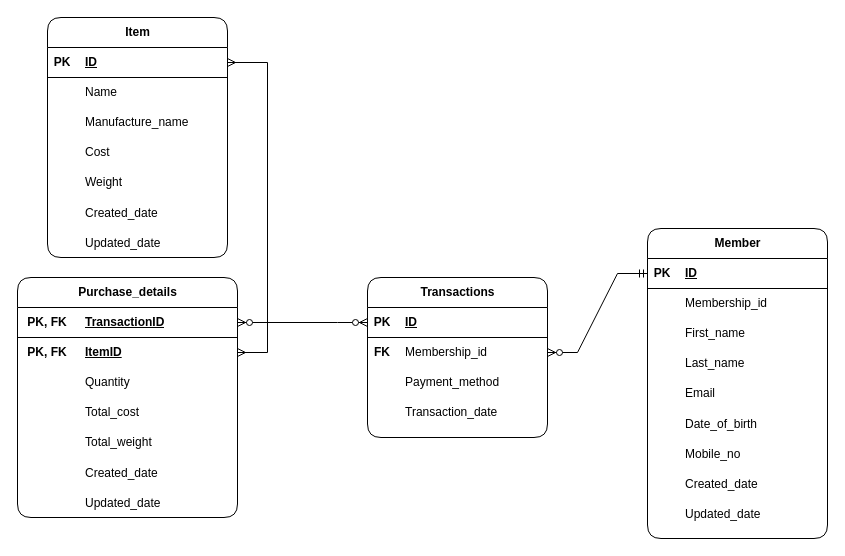
Before: section2/Database_ERD.drawio in KLYC1/DE_tech_challenge, a draw.io diagram. Source tidied: cells renumbered, new cells numbered last; positions are measured from the earlier drawing's top-left corner, leaving out a move shared by most shapes. Both pictures are drawn from the tidied source at 100%, with x=0, y=0 at pixel (17, 17).
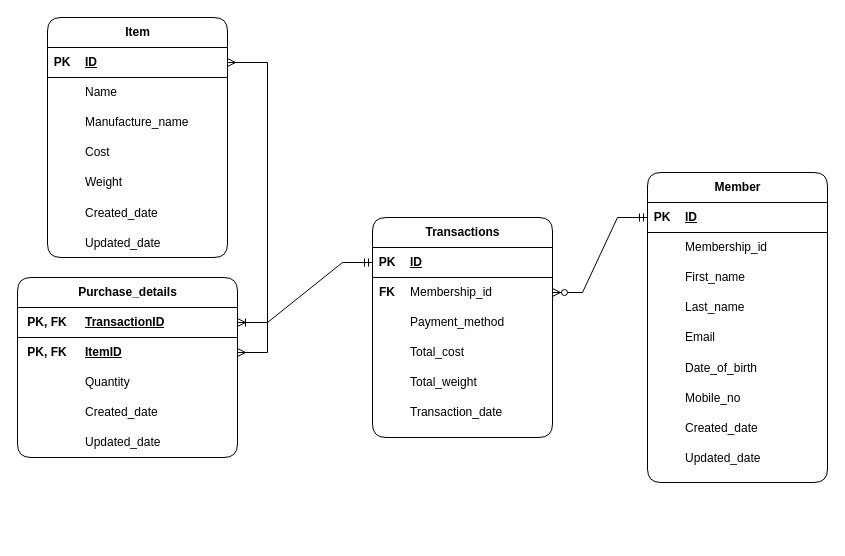
Above is the later version.

Commit message (it also covers changes not shown here):
1 - update ERD diagrams & create_table.sql file for updated schema

The change refers to these unchanged cells:
```xml
<mxCell id="19" style="shape=tableRow;horizontal=0;startSize=0;swimlaneHead=0;swimlaneBody=0;fillColor=none;points=[[0,0.5],[1,0.5]];portConstraint=eastwest;top=0;left=0;right=0;bottom=1;" parent="18" vertex="1">
  <mxGeometry y="30" width="180" height="30" as="geometry" />
</mxCell>
<mxCell id="28" style="shape=tableRow;horizontal=0;startSize=0;swimlaneHead=0;swimlaneBody=0;fillColor=none;top=0;left=0;right=0;bottom=0;" parent="18" vertex="1">
  <mxGeometry y="120" width="180" height="30" as="geometry" />
</mxCell>
<mxCell id="48" style="shape=tableRow;horizontal=0;startSize=0;swimlaneHead=0;swimlaneBody=0;fillColor=none;points=[[0,0.5],[1,0.5]];portConstraint=eastwest;top=0;left=0;right=0;bottom=1;" parent="47" vertex="1">
  <mxGeometry y="30" width="220" height="30" as="geometry" />
</mxCell>
<mxCell id="57" style="shape=tableRow;horizontal=0;startSize=0;swimlaneHead=0;swimlaneBody=0;fillColor=none;top=0;left=0;right=0;bottom=0;" parent="47" vertex="1">
  <mxGeometry y="120" width="220" height="30" as="geometry" />
</mxCell>
```

What changed in the source:
```diff
@@
     <mxCell id="18" value="Transactions" style="shape=table;startSize=30;childLayout=tableLayout;rowLines=0;fontStyle=1;align=center;html=1;columnLines=0;swimlaneLine=1;rounded=1;strokeColor=default;shadow=0;" parent="1" vertex="1">
-      <mxGeometry x="350" y="260" width="180" height="160" as="geometry" />
+      <mxGeometry x="355" y="200" width="180" height="220" as="geometry" />
     </mxCell>
@@
-    <mxCell id="30" value="Transaction_date" style="shape=partialRectangle;fillColor=none;top=0;left=0;bottom=0;right=0;align=left;spacingLeft=6;overflow=hidden;whiteSpace=wrap;html=1;" parent="28" vertex="1">
+    <mxCell id="30" value="Total_cost" style="shape=partialRectangle;fillColor=none;top=0;left=0;bottom=0;right=0;align=left;spacingLeft=6;overflow=hidden;whiteSpace=wrap;html=1;" parent="28" vertex="1">
       <mxGeometry x="30" width="150" height="30" as="geometry" />
     </mxCell>
     <mxCell id="31" value="Member" style="shape=table;startSize=30;childLayout=tableLayout;rowLines=0;fontStyle=1;align=center;html=1;columnLines=0;swimlaneLine=1;rounded=1;strokeColor=default;shadow=0;" parent="1" vertex="1">
-      <mxGeometry x="630" y="211" width="180" height="310" as="geometry" />
+      <mxGeometry x="630" y="155" width="180" height="310" as="geometry" />
     </mxCell>
@@
     <mxCell id="44" value="Email" style="shape=partialRectangle;fillColor=none;top=0;left=0;bottom=0;right=0;align=left;spacingLeft=6;overflow=hidden;whiteSpace=wrap;html=1;" parent="1" vertex="1">
-      <mxGeometry x="660" y="361" width="150" height="30" as="geometry" />
+      <mxGeometry x="660" y="305" width="150" height="30" as="geometry" />
     </mxCell>
     <mxCell id="45" value="Date_of_birth" style="shape=partialRectangle;fillColor=none;top=0;left=0;bottom=0;right=0;align=left;spacingLeft=6;overflow=hidden;whiteSpace=wrap;html=1;" parent="1" vertex="1">
-      <mxGeometry x="660" y="392" width="150" height="30" as="geometry" />
+      <mxGeometry x="660" y="336" width="150" height="30" as="geometry" />
     </mxCell>
     <mxCell id="46" value="Mobile_no" style="shape=partialRectangle;fillColor=none;top=0;left=0;bottom=0;right=0;align=left;spacingLeft=6;overflow=hidden;whiteSpace=wrap;html=1;" parent="1" vertex="1">
-      <mxGeometry x="660" y="422" width="150" height="30" as="geometry" />
+      <mxGeometry x="660" y="366" width="150" height="30" as="geometry" />
     </mxCell>
     <mxCell id="47" value="Purchase_details" style="shape=table;startSize=30;childLayout=tableLayout;rowLines=0;fontStyle=1;align=center;html=1;columnLines=0;swimlaneLine=1;rounded=1;strokeColor=default;shadow=0;top=1;" parent="1" vertex="1">
-      <mxGeometry y="260" width="220" height="240" as="geometry" />
+      <mxGeometry y="260" width="220" height="180" as="geometry" />
     </mxCell>
@@
-    <mxCell id="59" value="Total_cost" style="shape=partialRectangle;fillColor=none;top=0;left=0;bottom=0;right=0;align=left;spacingLeft=6;overflow=hidden;whiteSpace=wrap;html=1;" parent="57" vertex="1">
+    <mxCell id="59" style="shape=partialRectangle;fillColor=none;top=0;left=0;bottom=0;right=0;align=left;spacingLeft=6;overflow=hidden;whiteSpace=wrap;html=1;" parent="57" vertex="1">
       <mxGeometry x="60" width="160" height="30" as="geometry" />
     </mxCell>
-    <mxCell id="60" value="Total_weight" style="shape=partialRectangle;fillColor=none;top=0;left=0;bottom=0;right=0;align=left;spacingLeft=6;overflow=hidden;whiteSpace=wrap;html=1;" parent="1" vertex="1">
-      <mxGeometry x="60" y="410" width="150" height="30" as="geometry" />
-    </mxCell>
     <mxCell id="61" value="Created_date" style="shape=partialRectangle;fillColor=none;top=0;left=0;bottom=0;right=0;align=left;spacingLeft=6;overflow=hidden;whiteSpace=wrap;html=1;" parent="1" vertex="1">
-      <mxGeometry x="60" y="441" width="150" height="30" as="geometry" />
+      <mxGeometry x="60" y="380" width="150" height="30" as="geometry" />
     </mxCell>
     <mxCell id="62" value="Updated_date" style="shape=partialRectangle;fillColor=none;top=0;left=0;bottom=0;right=0;align=left;spacingLeft=6;overflow=hidden;whiteSpace=wrap;html=1;" parent="1" vertex="1">
-      <mxGeometry x="60" y="471" width="150" height="30" as="geometry" />
+      <mxGeometry x="60" y="410" width="150" height="30" as="geometry" />
     </mxCell>
     <mxCell id="63" value="Created_date" style="shape=partialRectangle;fillColor=none;top=0;left=0;bottom=0;right=0;align=left;spacingLeft=6;overflow=hidden;whiteSpace=wrap;html=1;" parent="1" vertex="1">
-      <mxGeometry x="660" y="452" width="150" height="30" as="geometry" />
+      <mxGeometry x="660" y="396" width="150" height="30" as="geometry" />
     </mxCell>
     <mxCell id="64" value="Updated_date" style="shape=partialRectangle;fillColor=none;top=0;left=0;bottom=0;right=0;align=left;spacingLeft=6;overflow=hidden;whiteSpace=wrap;html=1;" parent="1" vertex="1">
-      <mxGeometry x="660" y="482" width="150" height="30" as="geometry" />
+      <mxGeometry x="660" y="426" width="150" height="30" as="geometry" />
     </mxCell>
@@
-    <mxCell id="67" style="edgeStyle=entityRelationEdgeStyle;fontSize=12;html=1;endArrow=ERzeroToMany;endFill=1;startArrow=ERzeroToMany;rounded=0;entryX=0;entryY=0.5;entryDx=0;entryDy=0;exitX=1;exitY=0.5;exitDx=0;exitDy=0;" parent="1" edge="1" source="48" target="19">
-      <mxGeometry relative="1" as="geometry" />
-    </mxCell>
+    <mxCell id="68" style="shape=tableRow;horizontal=0;startSize=0;swimlaneHead=0;swimlaneBody=0;fillColor=none;top=0;left=0;right=0;bottom=0;" parent="1" vertex="1">
+      <mxGeometry x="360" y="350" width="180" height="30" as="geometry" />
+    </mxCell>
+    <mxCell id="69" style="shape=partialRectangle;fillColor=none;top=0;left=0;bottom=0;right=0;overflow=hidden;whiteSpace=wrap;html=1;" parent="68" vertex="1">
+      <mxGeometry width="30" height="30" as="geometry" />
+    </mxCell>
+    <mxCell id="60" value="Total_weight" style="shape=partialRectangle;fillColor=none;top=0;left=0;bottom=0;right=0;align=left;spacingLeft=6;overflow=hidden;whiteSpace=wrap;html=1;" parent="68" vertex="1">
+      <mxGeometry x="25" width="150" height="30" as="geometry" />
+    </mxCell>
+    <mxCell id="70" style="shape=tableRow;horizontal=0;startSize=0;swimlaneHead=0;swimlaneBody=0;fillColor=none;top=0;left=0;right=0;bottom=0;" parent="1" vertex="1">
+      <mxGeometry x="360" y="380" width="180" height="30" as="geometry" />
+    </mxCell>
+    <mxCell id="71" style="shape=partialRectangle;fillColor=none;top=0;left=0;bottom=0;right=0;overflow=hidden;whiteSpace=wrap;html=1;" parent="70" vertex="1">
+      <mxGeometry width="30" height="30" as="geometry" />
+    </mxCell>
+    <mxCell id="72" value="Transaction_date" style="shape=partialRectangle;fillColor=none;top=0;left=0;bottom=0;right=0;align=left;spacingLeft=6;overflow=hidden;whiteSpace=wrap;html=1;" parent="70" vertex="1">
+      <mxGeometry x="25" width="150" height="30" as="geometry" />
+    </mxCell>
+    <mxCell id="73" style="edgeStyle=entityRelationEdgeStyle;fontSize=12;html=1;endArrow=ERoneToMany;startArrow=ERmandOne;rounded=0;exitX=0;exitY=0.5;exitDx=0;exitDy=0;entryX=1;entryY=0.5;entryDx=0;entryDy=0;" parent="1" edge="1" source="19" target="48">
+      <mxGeometry relative="1" as="geometry" />
+    </mxCell>
```
